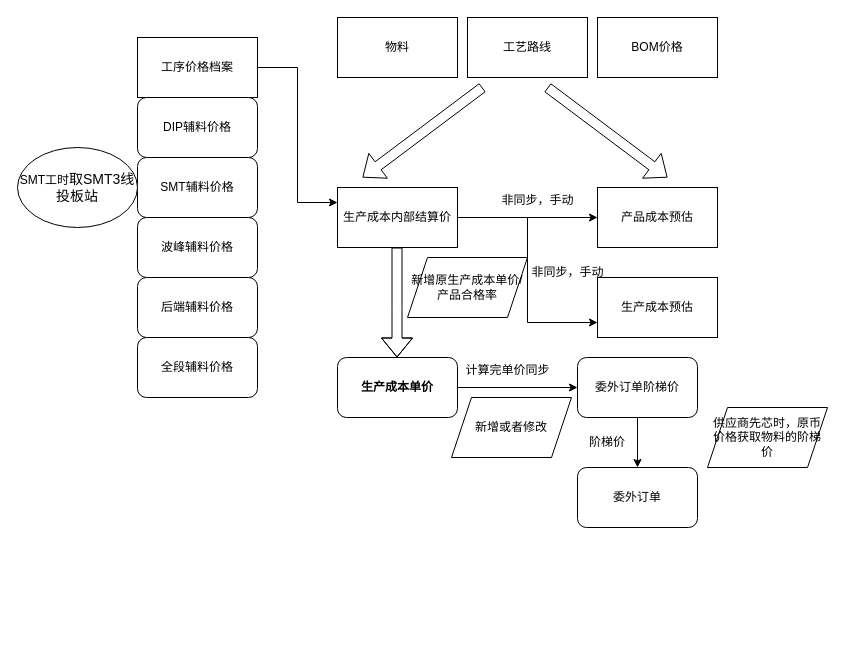
This is xxx.drawio from zckyuwang/spring-cloud-master, a draw.io file, before an edit. Source tidied: cells renumbered, new cells numbered last; positions are measured from the earlier drawing's top-left corner, leaving out a move shared by most shapes. Both pictures are drawn from the tidied source at 100%, with x=0, y=0 at pixel (17, 17).
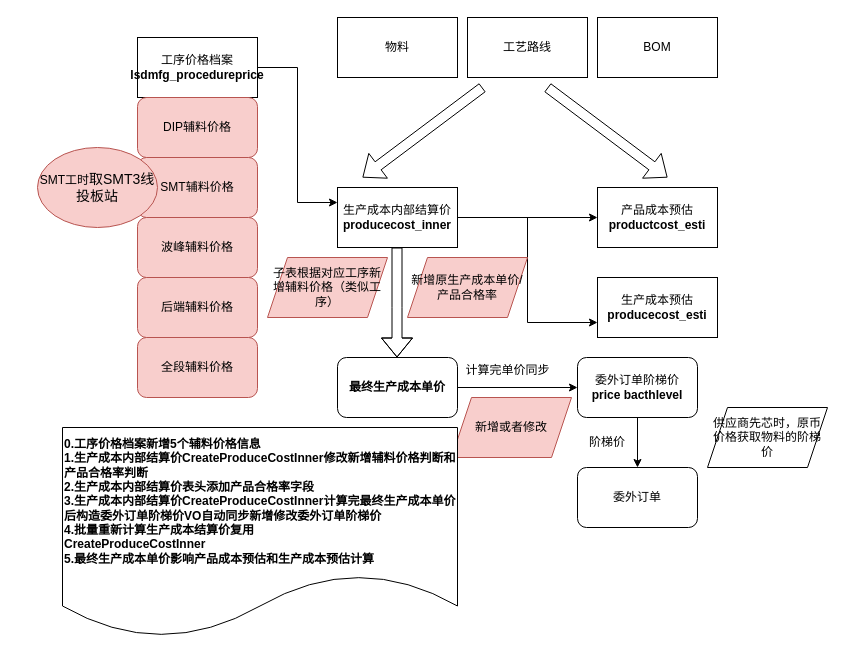
After the change.

What changed in the source:
```diff
@@
-    <mxCell id="3" value="工序价格档案" style="rounded=0;whiteSpace=wrap;html=1;" parent="1" vertex="1">
+    <mxCell id="3" value="工序价格档案&lt;br&gt;&lt;b style=&quot;border-color: var(--border-color);&quot;&gt;&lt;font style=&quot;border-color: var(--border-color);&quot; face=&quot;Calibri&quot;&gt;lsdmfg_procedureprice&lt;/font&gt;&lt;/b&gt;" style="rounded=0;whiteSpace=wrap;html=1;" parent="1" vertex="1">
       <mxGeometry x="120" y="20" width="120" height="60" as="geometry" />
     </mxCell>
@@
-    <mxCell id="5" value="&lt;p class=&quot;MsoNormal&quot;&gt;&lt;b&gt;生产成本单价&lt;/b&gt;&lt;/p&gt;" style="rounded=1;whiteSpace=wrap;html=1;" parent="1" vertex="1">
+    <mxCell id="5" value="&lt;p class=&quot;MsoNormal&quot;&gt;&lt;b&gt;最终生产成本单价&lt;/b&gt;&lt;/p&gt;" style="rounded=1;whiteSpace=wrap;html=1;" parent="1" vertex="1">
       <mxGeometry x="320" y="340" width="120" height="60" as="geometry" />
     </mxCell>
@@
-    <mxCell id="8" value="生产成本内部结算价" style="rounded=0;whiteSpace=wrap;html=1;" parent="1" vertex="1">
+    <mxCell id="8" value="生产成本内部结算价&lt;br&gt;&lt;b style=&quot;border-color: var(--border-color);&quot;&gt;&lt;font style=&quot;border-color: var(--border-color);&quot; face=&quot;Calibri&quot;&gt;producecost_inner&lt;/font&gt;&lt;/b&gt;" style="rounded=0;whiteSpace=wrap;html=1;" parent="1" vertex="1">
       <mxGeometry x="320" y="170" width="120" height="60" as="geometry" />
     </mxCell>
@@
-    <mxCell id="12" value="&lt;p class=&quot;MsoNormal&quot;&gt;&lt;font face=&quot;宋体&quot;&gt;新增原生产成本单价&lt;/font&gt;&lt;font face=&quot;Calibri&quot;&gt;/&lt;/font&gt;&lt;font face=&quot;宋体&quot;&gt;产品合格率&lt;/font&gt;&lt;/p&gt;" style="shape=parallelogram;perimeter=parallelogramPerimeter;whiteSpace=wrap;html=1;fixedSize=1;" parent="1" vertex="1">
+    <mxCell id="12" value="&lt;p class=&quot;MsoNormal&quot;&gt;&lt;font face=&quot;宋体&quot;&gt;新增原生产成本单价&lt;/font&gt;&lt;font face=&quot;Calibri&quot;&gt;/&lt;/font&gt;&lt;font face=&quot;宋体&quot;&gt;产品合格率&lt;/font&gt;&lt;/p&gt;" style="shape=parallelogram;perimeter=parallelogramPerimeter;whiteSpace=wrap;html=1;fixedSize=1;fillColor=#f8cecc;strokeColor=#b85450;" parent="1" vertex="1">
       <mxGeometry x="390" y="240" width="120" height="60" as="geometry" />
     </mxCell>
@@
-    <mxCell id="14" value="委外订单阶梯价" style="whiteSpace=wrap;html=1;rounded=1;" parent="1" vertex="1">
+    <mxCell id="14" value="委外订单阶梯价&lt;br&gt;&lt;b style=&quot;border-color: var(--border-color);&quot;&gt;&lt;font style=&quot;border-color: var(--border-color);&quot; face=&quot;Calibri&quot;&gt;price bacthlevel&lt;/font&gt;&lt;/b&gt;" style="whiteSpace=wrap;html=1;rounded=1;" parent="1" vertex="1">
       <mxGeometry x="560" y="340" width="120" height="60" as="geometry" />
     </mxCell>
@@
-    <mxCell id="18" value="新增或者修改" style="shape=parallelogram;perimeter=parallelogramPerimeter;whiteSpace=wrap;html=1;fixedSize=1;" parent="1" vertex="1">
+    <mxCell id="18" value="新增或者修改" style="shape=parallelogram;perimeter=parallelogramPerimeter;whiteSpace=wrap;html=1;fixedSize=1;fillColor=#f8cecc;strokeColor=#b85450;" parent="1" vertex="1">
       <mxGeometry x="434" y="380" width="120" height="60" as="geometry" />
     </mxCell>
-    <mxCell id="19" value="产品成本预估" style="rounded=0;whiteSpace=wrap;html=1;" parent="1" vertex="1">
+    <mxCell id="19" value="产品成本预估&lt;br&gt;&lt;b style=&quot;border-color: var(--border-color);&quot;&gt;&lt;font style=&quot;border-color: var(--border-color);&quot; face=&quot;Calibri&quot;&gt;productcost_esti&lt;/font&gt;&lt;/b&gt;" style="rounded=0;whiteSpace=wrap;html=1;" parent="1" vertex="1">
       <mxGeometry x="580" y="170" width="120" height="60" as="geometry" />
     </mxCell>
-    <mxCell id="20" value="BOM价格" style="rounded=0;whiteSpace=wrap;html=1;" parent="1" vertex="1">
+    <mxCell id="20" value="BOM" style="rounded=0;whiteSpace=wrap;html=1;" parent="1" vertex="1">
       <mxGeometry x="580" width="120" height="60" as="geometry" />
     </mxCell>
-    <mxCell id="21" value="SMT辅料价格" style="rounded=1;whiteSpace=wrap;html=1;" parent="1" vertex="1">
+    <mxCell id="21" value="SMT辅料价格" style="rounded=1;whiteSpace=wrap;html=1;fillColor=#f8cecc;strokeColor=#b85450;" parent="1" vertex="1">
       <mxGeometry x="120" y="140" width="120" height="60" as="geometry" />
     </mxCell>
-    <mxCell id="22" value="波峰辅料价格" style="rounded=1;whiteSpace=wrap;html=1;" parent="1" vertex="1">
+    <mxCell id="22" value="波峰辅料价格" style="rounded=1;whiteSpace=wrap;html=1;fillColor=#f8cecc;strokeColor=#b85450;" parent="1" vertex="1">
       <mxGeometry x="120" y="200" width="120" height="60" as="geometry" />
     </mxCell>
-    <mxCell id="23" value="后端辅料价格" style="rounded=1;whiteSpace=wrap;html=1;" parent="1" vertex="1">
+    <mxCell id="23" value="后端辅料价格" style="rounded=1;whiteSpace=wrap;html=1;fillColor=#f8cecc;strokeColor=#b85450;" parent="1" vertex="1">
       <mxGeometry x="120" y="260" width="120" height="60" as="geometry" />
     </mxCell>
-    <mxCell id="24" value="全段辅料价格" style="rounded=1;whiteSpace=wrap;html=1;" parent="1" vertex="1">
+    <mxCell id="24" value="全段辅料价格" style="rounded=1;whiteSpace=wrap;html=1;fillColor=#f8cecc;strokeColor=#b85450;" parent="1" vertex="1">
       <mxGeometry x="120" y="320" width="120" height="60" as="geometry" />
     </mxCell>
-    <mxCell id="25" value="DIP辅料价格" style="rounded=1;whiteSpace=wrap;html=1;" parent="1" vertex="1">
+    <mxCell id="25" value="DIP辅料价格" style="rounded=1;whiteSpace=wrap;html=1;fillColor=#f8cecc;strokeColor=#b85450;" parent="1" vertex="1">
       <mxGeometry x="120" y="80" width="120" height="60" as="geometry" />
     </mxCell>
@@
-    <mxCell id="29" value="生产成本预估" style="rounded=0;whiteSpace=wrap;html=1;" parent="1" vertex="1">
+    <mxCell id="29" value="生产成本预估&lt;br&gt;&lt;b style=&quot;border-color: var(--border-color);&quot;&gt;&lt;font style=&quot;border-color: var(--border-color);&quot; face=&quot;Calibri&quot;&gt;producecost_esti&lt;/font&gt;&lt;/b&gt;" style="rounded=0;whiteSpace=wrap;html=1;" parent="1" vertex="1">
       <mxGeometry x="580" y="260" width="120" height="60" as="geometry" />
     </mxCell>
-    <mxCell id="30" value="SMT工时&lt;font style=&quot;font-family: 宋体; font-size: 10.5pt; background-color: initial;&quot; face=&quot;宋体&quot;&gt;取&lt;/font&gt;&lt;font style=&quot;font-size: 10.5pt; background-color: initial;&quot; face=&quot;Calibri&quot;&gt;SMT3&lt;/font&gt;&lt;font style=&quot;font-family: 宋体; font-size: 10.5pt; background-color: initial;&quot; face=&quot;宋体&quot;&gt;线投板站&lt;/font&gt;" style="ellipse;whiteSpace=wrap;html=1;" parent="1" vertex="1">
-      <mxGeometry y="130" width="120" height="80" as="geometry" />
+    <mxCell id="30" value="SMT工时&lt;font style=&quot;font-family: 宋体; font-size: 10.5pt; background-color: initial;&quot; face=&quot;宋体&quot;&gt;取&lt;/font&gt;&lt;font style=&quot;font-size: 10.5pt; background-color: initial;&quot; face=&quot;Calibri&quot;&gt;SMT3&lt;/font&gt;&lt;font style=&quot;font-family: 宋体; font-size: 10.5pt; background-color: initial;&quot; face=&quot;宋体&quot;&gt;线投板站&lt;/font&gt;" style="ellipse;whiteSpace=wrap;html=1;fillColor=#f8cecc;strokeColor=#b85450;" parent="1" vertex="1">
+      <mxGeometry x="20" y="130" width="120" height="80" as="geometry" />
     </mxCell>
-    <mxCell id="31" value="非同步，手动" style="text;html=1;align=center;verticalAlign=middle;strokeColor=none;fillColor=none;" parent="1" vertex="1">
-      <mxGeometry x="470" y="168" width="100" height="30" as="geometry" />
-    </mxCell>
-    <mxCell id="32" value="非同步，手动" style="text;html=1;align=center;verticalAlign=middle;strokeColor=none;fillColor=none;" parent="1" vertex="1">
-      <mxGeometry x="500" y="240" width="100" height="30" as="geometry" />
-    </mxCell>
+    <mxCell id="33" value="子表根据对应工序新增辅料价格（类似工序）" style="shape=parallelogram;perimeter=parallelogramPerimeter;whiteSpace=wrap;html=1;fixedSize=1;fillColor=#f8cecc;strokeColor=#b85450;" parent="1" vertex="1">
+      <mxGeometry x="250" y="240" width="120" height="60" as="geometry" />
+    </mxCell>
+    <mxCell id="34" value="&lt;div style=&quot;&quot;&gt;&lt;span style=&quot;background-color: initial;&quot;&gt;&lt;b&gt;0.工序价格档案新增5个辅料价格信息&lt;/b&gt;&lt;/span&gt;&lt;/div&gt;&lt;div style=&quot;&quot;&gt;&lt;span style=&quot;background-color: initial;&quot;&gt;&lt;b&gt;1.生产成本内部结算价&lt;/b&gt;&lt;/span&gt;&lt;b style=&quot;background-color: initial;&quot;&gt;CreateProduceCostInner修改新增辅料价格判断和产品合格率判断&lt;/b&gt;&lt;/div&gt;&lt;div style=&quot;&quot;&gt;&lt;span style=&quot;background-color: initial;&quot;&gt;&lt;b&gt;2.生产成本内部结算价表头添加产品合格率字段&lt;/b&gt;&lt;/span&gt;&lt;/div&gt;&lt;div style=&quot;&quot;&gt;&lt;span style=&quot;background-color: initial;&quot;&gt;&lt;b&gt;3.生产成本内部结算价&lt;/b&gt;&lt;/span&gt;&lt;b style=&quot;background-color: initial;&quot;&gt;CreateProduceCostInner计算完最终生产成本单价后构造委外订单阶梯价VO自动同步新增修改委外订单阶梯价&lt;/b&gt;&lt;/div&gt;&lt;div style=&quot;&quot;&gt;&lt;b style=&quot;background-color: initial;&quot;&gt;&lt;span style=&quot;background-color: initial; border-color: var(--border-color);&quot;&gt;4.批量重新计算生产成本结算价复用&lt;/span&gt;&lt;/b&gt;&lt;br&gt;&lt;/div&gt;&lt;b style=&quot;border-color: var(--border-color);&quot;&gt;CreateProduceCostInner&lt;br&gt;&lt;b style=&quot;border-color: var(--border-color);&quot;&gt;5.&lt;span style=&quot;border-color: var(--border-color); background-color: initial;&quot;&gt;最终生产成本单价影响产品成本预估和生产成本预估计算&lt;/span&gt;&lt;/b&gt;&lt;br&gt;&lt;/b&gt;" style="shape=document;whiteSpace=wrap;html=1;boundedLbl=1;align=left;" parent="1" vertex="1">
+      <mxGeometry x="45" y="410" width="395" height="210" as="geometry" />
+    </mxCell>
```
